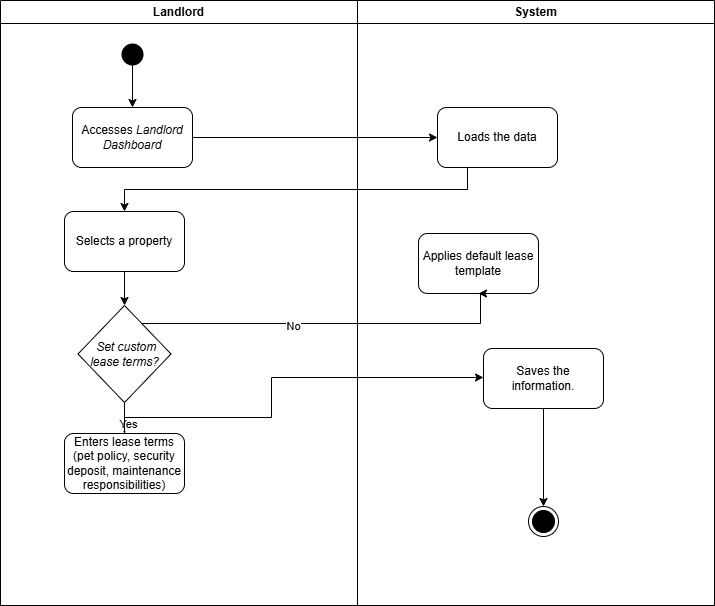
martinvila22/SoftwareModelingAndDesign_Project keeps this draw.io diagram as Activity_Diagrams/UC-20.drawio.png. Above is the earlier version. Source tidied: cells renumbered, new cells last; positions are measured from the earlier drawing's top-left corner, leaving out a move shared by most shapes. Its diagram source:
```xml
<mxGraphModel>
  <root>
    <mxCell id="0" />
    <mxCell id="1" parent="0" />
    <mxCell id="2" value="Landlord" style="swimlane;whiteSpace=wrap;startSize=23;" parent="1" vertex="1">
      <mxGeometry width="357" height="605" as="geometry" />
    </mxCell>
    <mxCell id="3" style="ellipse;shape=startState;fillColor=#000000;strokeColor=none;" parent="2" vertex="1">
      <mxGeometry x="117" y="39" width="30" height="30" as="geometry" />
    </mxCell>
    <mxCell id="4" style="endArrow=classic;html=1;rounded=0;entryX=0.5;entryY=0;entryDx=0;entryDy=0;" parent="2" edge="1" target="5">
      <mxGeometry relative="1" as="geometry">
        <mxPoint x="132" y="54" as="sourcePoint" />
      </mxGeometry>
    </mxCell>
    <mxCell id="5" value="&lt;p data-pm-slice=&quot;1 1 [&amp;quot;ordered_list&amp;quot;,{&amp;quot;spread&amp;quot;:false,&amp;quot;startingNumber&amp;quot;:1,&amp;quot;start&amp;quot;:303,&amp;quot;end&amp;quot;:1060},&amp;quot;regular_list_item&amp;quot;,{&amp;quot;start&amp;quot;:316,&amp;quot;end&amp;quot;:385}]&quot;&gt;Accesses &lt;em&gt;Landlord Dashboard&lt;/em&gt;&lt;/p&gt;" style="rounded=1;whiteSpace=wrap;html=1;" parent="2" vertex="1">
      <mxGeometry x="72" y="107" width="120" height="60" as="geometry" />
    </mxCell>
    <mxCell id="6" style="edgeStyle=orthogonalEdgeStyle;rounded=0;jettySize=auto;html=1;" parent="2" edge="1" source="7" target="10">
      <mxGeometry relative="1" as="geometry" />
    </mxCell>
    <mxCell id="7" value="&lt;p data-pm-slice=&quot;1 1 [&amp;quot;ordered_list&amp;quot;,{&amp;quot;spread&amp;quot;:false,&amp;quot;startingNumber&amp;quot;:1,&amp;quot;start&amp;quot;:303,&amp;quot;end&amp;quot;:1060},&amp;quot;regular_list_item&amp;quot;,{&amp;quot;start&amp;quot;:386,&amp;quot;end&amp;quot;:446}]&quot;&gt;Selects a property&lt;/p&gt;" style="rounded=1;whiteSpace=wrap;html=1;" parent="2" vertex="1">
      <mxGeometry x="64" y="211" width="120" height="60" as="geometry" />
    </mxCell>
    <mxCell id="8" style="edgeStyle=orthogonalEdgeStyle;rounded=0;jettySize=auto;html=1;" parent="2" edge="1" source="10" target="11">
      <mxGeometry relative="1" as="geometry" />
    </mxCell>
    <mxCell id="9" value="Yes" style="edgeLabel;html=1;align=center;verticalAlign=middle;" parent="8" vertex="1">
      <mxGeometry x="-0.19" y="-2" relative="1" as="geometry">
        <mxPoint x="1" y="1" as="offset" />
      </mxGeometry>
    </mxCell>
    <mxCell id="10" value="&lt;p data-pm-slice=&quot;1 1 [&amp;quot;ordered_list&amp;quot;,{&amp;quot;spread&amp;quot;:false,&amp;quot;startingNumber&amp;quot;:1,&amp;quot;start&amp;quot;:303,&amp;quot;end&amp;quot;:1060},&amp;quot;regular_list_item&amp;quot;,{&amp;quot;start&amp;quot;:447,&amp;quot;end&amp;quot;:665}]&quot;&gt;&lt;em&gt;&amp;nbsp;Set custom lease terms?&lt;/em&gt;&lt;/p&gt;" style="rhombus;whiteSpace=wrap;html=1;rounded=0;" parent="2" vertex="1">
      <mxGeometry x="77.5" y="305" width="93" height="97" as="geometry" />
    </mxCell>
    <mxCell id="11" value="&lt;p data-pm-slice=&quot;1 1 [&amp;quot;ordered_list&amp;quot;,{&amp;quot;spread&amp;quot;:false,&amp;quot;startingNumber&amp;quot;:1,&amp;quot;start&amp;quot;:303,&amp;quot;end&amp;quot;:1060},&amp;quot;regular_list_item&amp;quot;,{&amp;quot;start&amp;quot;:447,&amp;quot;end&amp;quot;:665},&amp;quot;list&amp;quot;,{&amp;quot;spread&amp;quot;:false,&amp;quot;start&amp;quot;:511,&amp;quot;end&amp;quot;:665},&amp;quot;regular_list_item&amp;quot;,{&amp;quot;start&amp;quot;:511,&amp;quot;end&amp;quot;:612}]&quot;&gt;Enters lease terms (pet policy, security deposit, maintenance responsibilities)&lt;/p&gt;" style="whiteSpace=wrap;html=1;rounded=1;" parent="2" vertex="1">
      <mxGeometry x="64" y="433" width="120" height="60" as="geometry" />
    </mxCell>
    <mxCell id="12" value="System" style="swimlane;whiteSpace=wrap;" parent="1" vertex="1">
      <mxGeometry x="357" width="357" height="605" as="geometry" />
    </mxCell>
    <mxCell id="13" style="edgeStyle=orthogonalEdgeStyle;rounded=0;jettySize=auto;html=1;" parent="12" edge="1" source="14" target="16">
      <mxGeometry relative="1" as="geometry" />
    </mxCell>
    <mxCell id="14" value="Saves the information." style="whiteSpace=wrap;html=1;rounded=1;" parent="12" vertex="1">
      <mxGeometry x="126" y="348" width="120" height="60" as="geometry" />
    </mxCell>
    <mxCell id="15" value="&lt;p data-pm-slice=&quot;1 1 [&amp;quot;ordered_list&amp;quot;,{&amp;quot;spread&amp;quot;:false,&amp;quot;startingNumber&amp;quot;:1,&amp;quot;start&amp;quot;:303,&amp;quot;end&amp;quot;:1060},&amp;quot;regular_list_item&amp;quot;,{&amp;quot;start&amp;quot;:447,&amp;quot;end&amp;quot;:665},&amp;quot;list&amp;quot;,{&amp;quot;spread&amp;quot;:false,&amp;quot;start&amp;quot;:511,&amp;quot;end&amp;quot;:665},&amp;quot;regular_list_item&amp;quot;,{&amp;quot;start&amp;quot;:616,&amp;quot;end&amp;quot;:665}]&quot;&gt;Applies default lease template&lt;/p&gt;" style="whiteSpace=wrap;html=1;rounded=1;" parent="12" vertex="1">
      <mxGeometry x="61" y="233" width="120" height="60" as="geometry" />
    </mxCell>
    <mxCell id="16" style="ellipse;html=1;shape=endState;fillColor=strokeColor;" parent="12" vertex="1">
      <mxGeometry x="171" y="506" width="30" height="30" as="geometry" />
    </mxCell>
    <mxCell id="17" style="edgeStyle=orthogonalEdgeStyle;rounded=0;jettySize=auto;html=1;exitX=0.25;exitY=1;exitDx=0;exitDy=0;entryX=0.5;entryY=0;entryDx=0;entryDy=0;" parent="1" edge="1" source="18" target="7">
      <mxGeometry relative="1" as="geometry" />
    </mxCell>
    <mxCell id="18" value="Loads the data" style="rounded=1;whiteSpace=wrap;html=1;" parent="1" vertex="1">
      <mxGeometry x="437" y="107" width="120" height="60" as="geometry" />
    </mxCell>
    <mxCell id="19" style="edgeStyle=orthogonalEdgeStyle;rounded=0;jettySize=auto;html=1;exitX=1;exitY=0.5;exitDx=0;exitDy=0;" parent="1" edge="1" source="5" target="18">
      <mxGeometry relative="1" as="geometry" />
    </mxCell>
    <mxCell id="20" style="edgeStyle=orthogonalEdgeStyle;rounded=0;jettySize=auto;html=1;" parent="1" edge="1" source="11" target="14">
      <mxGeometry relative="1" as="geometry">
        <Array as="points">
          <mxPoint x="124" y="417" />
          <mxPoint x="271" y="417" />
          <mxPoint x="271" y="377" />
        </Array>
      </mxGeometry>
    </mxCell>
    <mxCell id="21" style="edgeStyle=orthogonalEdgeStyle;rounded=0;jettySize=auto;html=1;entryX=0.5;entryY=1;entryDx=0;entryDy=0;" parent="1" edge="1" source="10" target="15">
      <mxGeometry relative="1" as="geometry">
        <Array as="points">
          <mxPoint x="480" y="323" />
          <mxPoint x="480" y="293" />
        </Array>
      </mxGeometry>
    </mxCell>
    <mxCell id="22" value="No" style="edgeLabel;html=1;align=center;verticalAlign=middle;" parent="21" vertex="1">
      <mxGeometry x="-0.19" y="-2" relative="1" as="geometry" />
    </mxCell>
  </root>
</mxGraphModel>
```
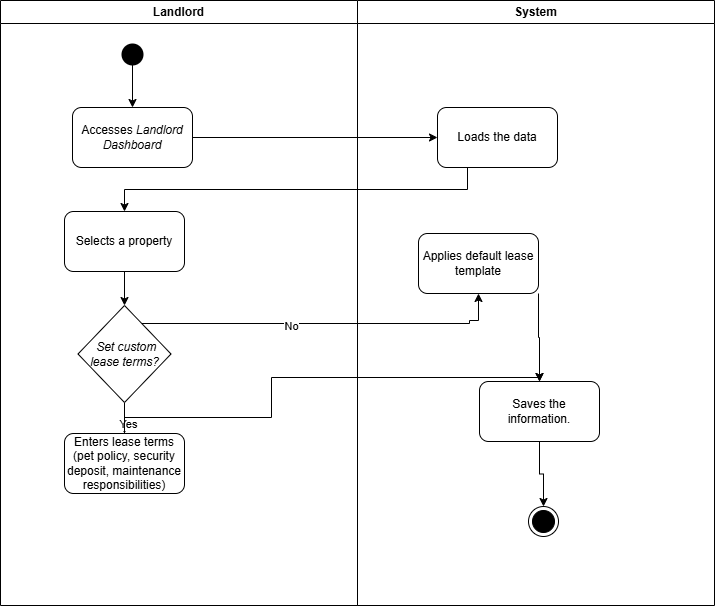
Later version of the same file.

The edit, as a diff of the source:
```diff
@@ -43,8 +43,11 @@
       <mxGeometry relative="1" as="geometry" />
     </mxCell>
     <mxCell id="14" value="Saves the information." style="whiteSpace=wrap;html=1;rounded=1;" parent="12" vertex="1">
-      <mxGeometry x="126" y="348" width="120" height="60" as="geometry" />
+      <mxGeometry x="122" y="381" width="120" height="60" as="geometry" />
     </mxCell>
+    <mxCell id="23" style="edgeStyle=orthogonalEdgeStyle;rounded=0;jettySize=auto;html=1;exitX=1;exitY=1;exitDx=0;exitDy=0;entryX=0.5;entryY=0;entryDx=0;entryDy=0;" parent="12" edge="1" source="15" target="14">
+      <mxGeometry relative="1" as="geometry" />
+    </mxCell>
     <mxCell id="15" value="&lt;p data-pm-slice=&quot;1 1 [&amp;quot;ordered_list&amp;quot;,{&amp;quot;spread&amp;quot;:false,&amp;quot;startingNumber&amp;quot;:1,&amp;quot;start&amp;quot;:303,&amp;quot;end&amp;quot;:1060},&amp;quot;regular_list_item&amp;quot;,{&amp;quot;start&amp;quot;:447,&amp;quot;end&amp;quot;:665},&amp;quot;list&amp;quot;,{&amp;quot;spread&amp;quot;:false,&amp;quot;start&amp;quot;:511,&amp;quot;end&amp;quot;:665},&amp;quot;regular_list_item&amp;quot;,{&amp;quot;start&amp;quot;:616,&amp;quot;end&amp;quot;:665}]&quot;&gt;Applies default lease template&lt;/p&gt;" style="whiteSpace=wrap;html=1;rounded=1;" parent="12" vertex="1">
       <mxGeometry x="61" y="233" width="120" height="60" as="geometry" />
     </mxCell>
@@ -72,8 +75,9 @@
     <mxCell id="21" style="edgeStyle=orthogonalEdgeStyle;rounded=0;jettySize=auto;html=1;entryX=0.5;entryY=1;entryDx=0;entryDy=0;" parent="1" edge="1" source="10" target="15">
       <mxGeometry relative="1" as="geometry">
         <Array as="points">
-          <mxPoint x="480" y="323" />
-          <mxPoint x="480" y="293" />
+          <mxPoint x="469" y="323" />
+          <mxPoint x="469" y="320" />
+          <mxPoint x="478" y="320" />
         </Array>
       </mxGeometry>
     </mxCell>
```
